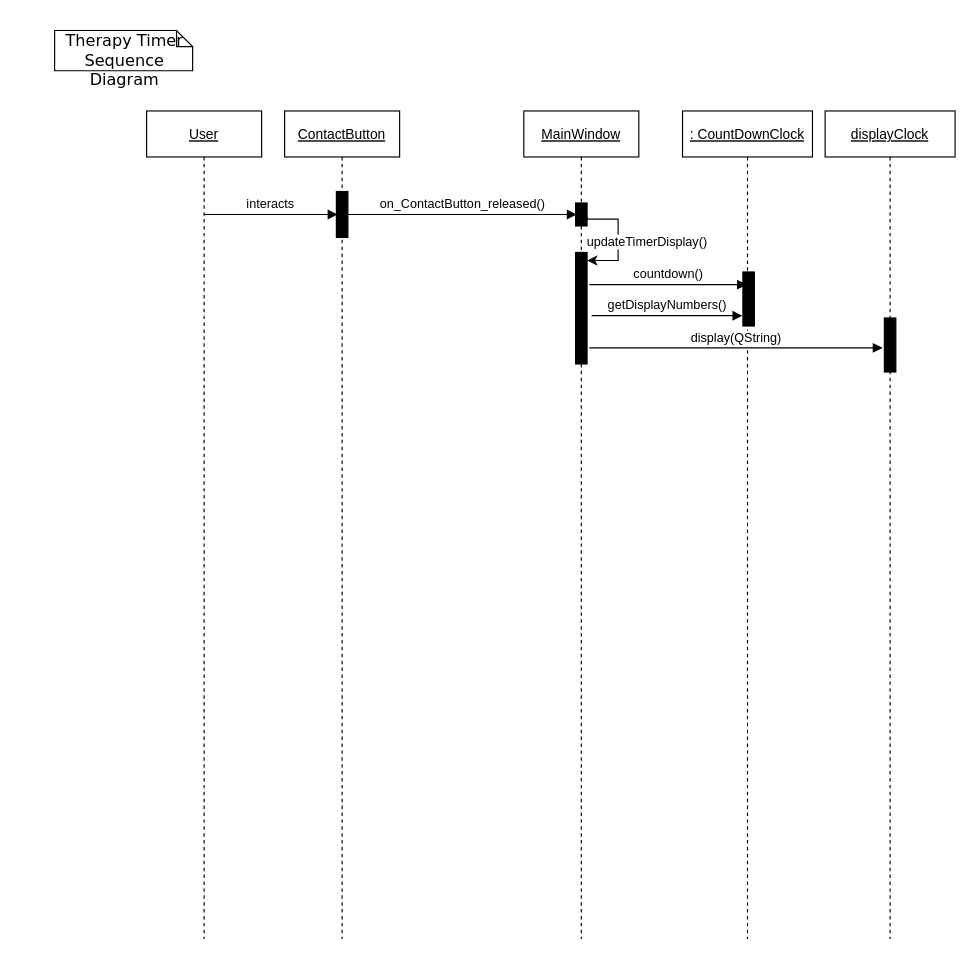
Earlier version of the draw.io diagram Documentation/TherapyTimer.drawio (Hall-Andrew/CESDEVICE-3004FinalProject). Source tidied: cells renumbered, new cells numbered last; positions are measured from the earlier drawing's top-left corner, leaving out a move shared by most shapes. Both pictures are drawn from the tidied source at 115%, with x=0, y=0 at pixel (54, 30).
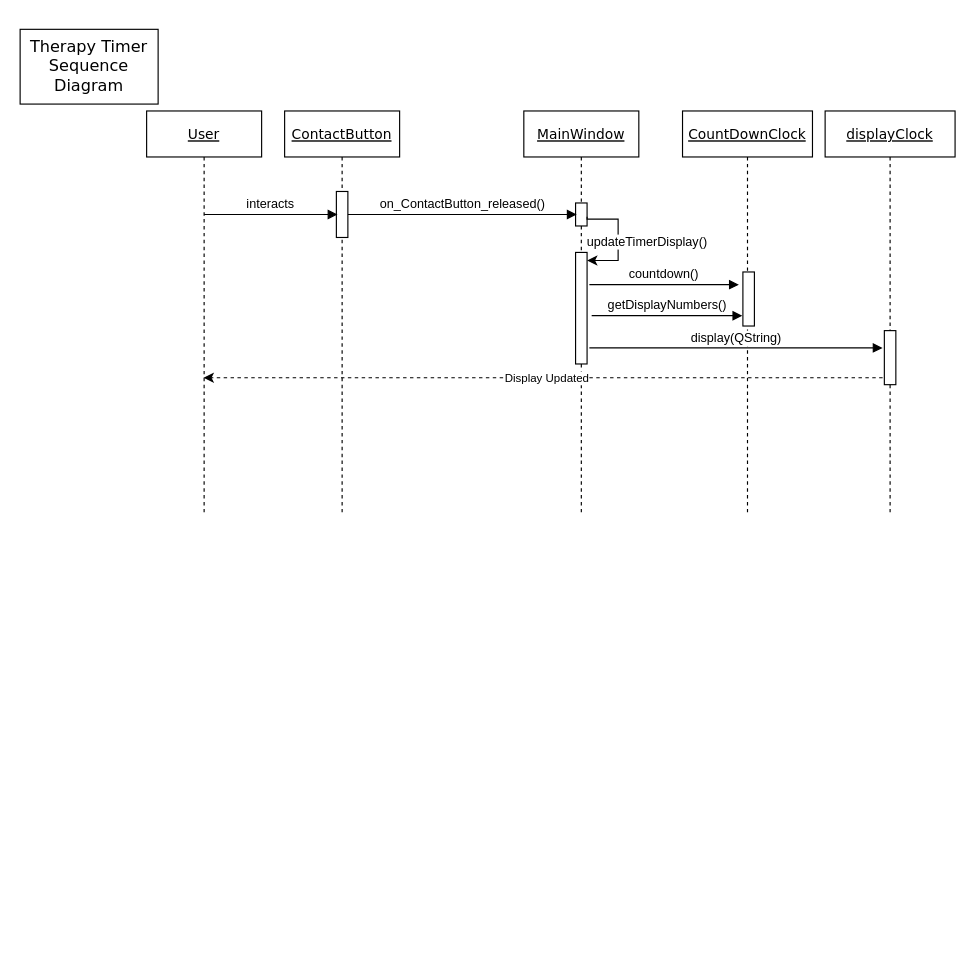
The same page after the edit.

Diff of the diagram source:
```diff
@@
-    <mxCell id="2" value="User" style="shape=umlLifeline;perimeter=lifelinePerimeter;rounded=0;shadow=0;strokeWidth=1;fontStyle=4;" parent="1" vertex="1">
-      <mxGeometry x="80" y="70" width="100" height="720" as="geometry" />
+    <mxCell id="2" value="User" style="shape=umlLifeline;perimeter=lifelinePerimeter;rounded=0;shadow=0;strokeWidth=1;fontStyle=4;fontFamily=Verdana;" parent="1" vertex="1">
+      <mxGeometry x="80" y="70" width="100" height="349" as="geometry" />
     </mxCell>
-    <mxCell id="3" value="ContactButton" style="shape=umlLifeline;perimeter=lifelinePerimeter;rounded=0;shadow=0;strokeWidth=1;fontStyle=4;" parent="1" vertex="1">
-      <mxGeometry x="200" y="70" width="100" height="720" as="geometry" />
+    <mxCell id="3" value="ContactButton" style="shape=umlLifeline;perimeter=lifelinePerimeter;rounded=0;shadow=0;strokeWidth=1;fontStyle=4;fontFamily=Verdana;" parent="1" vertex="1">
+      <mxGeometry x="200" y="70" width="100" height="349" as="geometry" />
     </mxCell>
-    <mxCell id="4" style="points=[];perimeter=orthogonalPerimeter;rounded=0;shadow=0;strokeWidth=1;fillColor=#000000;" parent="3" vertex="1">
+    <mxCell id="4" style="points=[];perimeter=orthogonalPerimeter;rounded=0;shadow=0;strokeWidth=1;fillColor=#FFFFFF;" parent="3" vertex="1">
       <mxGeometry x="45" y="70" width="10" height="40" as="geometry" />
     </mxCell>
@@
-    <mxCell id="6" value="MainWindow" style="shape=umlLifeline;perimeter=lifelinePerimeter;rounded=0;shadow=0;strokeWidth=1;fontStyle=4;" parent="1" vertex="1">
-      <mxGeometry x="408" y="70" width="100" height="720" as="geometry" />
+    <mxCell id="6" value="MainWindow" style="shape=umlLifeline;perimeter=lifelinePerimeter;rounded=0;shadow=0;strokeWidth=1;fontStyle=4;fontFamily=Verdana;" parent="1" vertex="1">
+      <mxGeometry x="408" y="70" width="100" height="349" as="geometry" />
     </mxCell>
-    <mxCell id="7" style="points=[];perimeter=orthogonalPerimeter;rounded=0;shadow=0;strokeWidth=1;fillColor=#000000;" parent="6" vertex="1">
+    <mxCell id="7" style="points=[];perimeter=orthogonalPerimeter;rounded=0;shadow=0;strokeWidth=1;fillColor=default;" parent="6" vertex="1">
       <mxGeometry x="45" y="80" width="10" height="20" as="geometry" />
     </mxCell>
-    <mxCell id="8" style="points=[];perimeter=orthogonalPerimeter;rounded=0;shadow=0;strokeWidth=1;fillColor=#000000;" parent="6" vertex="1">
+    <mxCell id="8" style="points=[];perimeter=orthogonalPerimeter;rounded=0;shadow=0;strokeWidth=1;fillColor=default;" parent="6" vertex="1">
       <mxGeometry x="45" y="123" width="10" height="97" as="geometry" />
     </mxCell>
@@
-    <mxCell id="10" value=": CountDownClock" style="shape=umlLifeline;perimeter=lifelinePerimeter;rounded=0;shadow=0;strokeWidth=1;fontStyle=4;" parent="1" vertex="1">
-      <mxGeometry x="546" y="70" width="113" height="720" as="geometry" />
+    <mxCell id="10" value="CountDownClock" style="shape=umlLifeline;perimeter=lifelinePerimeter;rounded=0;shadow=0;strokeWidth=1;fontStyle=4;fontFamily=Verdana;" parent="1" vertex="1">
+      <mxGeometry x="546" y="70" width="113" height="349" as="geometry" />
     </mxCell>
-    <mxCell id="11" style="points=[];perimeter=orthogonalPerimeter;rounded=0;shadow=0;strokeWidth=1;fillColor=#000000;" parent="10" vertex="1">
+    <mxCell id="11" style="points=[];perimeter=orthogonalPerimeter;rounded=0;shadow=0;strokeWidth=1;fillColor=default;" parent="10" vertex="1">
       <mxGeometry x="52.5" y="140" width="10" height="47" as="geometry" />
     </mxCell>
-    <mxCell id="12" value="&lt;div style=&quot;text-align: center&quot;&gt;&lt;span style=&quot;font-size: 14px&quot;&gt;Therapy Timer Sequence Diagram&lt;/span&gt;&lt;/div&gt;" style="shape=note;whiteSpace=wrap;html=1;size=14;verticalAlign=top;align=left;spacingTop=-6;rounded=0;shadow=0;comic=0;labelBackgroundColor=none;strokeWidth=1;fontFamily=Verdana;fontSize=12;fillColor=default;strokeColor=default;fontColor=default;" parent="1" vertex="1">
-      <mxGeometry width="120" height="35" as="geometry" />
-    </mxCell>
-    <mxCell id="13" value="countdown()" style="verticalAlign=bottom;endArrow=block;shadow=0;strokeWidth=1;exitX=1.2;exitY=0.289;exitDx=0;exitDy=0;exitPerimeter=0;" parent="1" edge="1" source="8" target="10">
+    <mxCell id="13" value="countdown()" style="verticalAlign=bottom;endArrow=block;shadow=0;strokeWidth=1;exitX=1.2;exitY=0.289;exitDx=0;exitDy=0;exitPerimeter=0;entryX=-0.35;entryY=0.234;entryDx=0;entryDy=0;entryPerimeter=0;" parent="1" edge="1" source="8" target="11">
       <mxGeometry relative="1" as="geometry" />
     </mxCell>
@@
-    <mxCell id="16" value="displayClock" style="shape=umlLifeline;perimeter=lifelinePerimeter;rounded=0;shadow=0;strokeWidth=1;fontStyle=4;" parent="1" vertex="1">
-      <mxGeometry x="670" y="70" width="113" height="720" as="geometry" />
+    <mxCell id="16" value="displayClock" style="shape=umlLifeline;perimeter=lifelinePerimeter;rounded=0;shadow=0;strokeWidth=1;fontStyle=4;fontFamily=Verdana;" parent="1" vertex="1">
+      <mxGeometry x="670" y="70" width="113" height="349" as="geometry" />
     </mxCell>
-    <mxCell id="17" style="perimeter=orthogonalPerimeter;rounded=0;shadow=0;strokeWidth=1;fillColor=#000000;" parent="16" vertex="1">
-      <mxGeometry x="51.5" y="180" width="10" height="47" as="geometry" />
+    <mxCell id="17" style="perimeter=orthogonalPerimeter;rounded=0;shadow=0;strokeWidth=1;fillColor=default;" parent="16" vertex="1">
+      <mxGeometry x="51.5" y="191" width="10" height="47" as="geometry" />
     </mxCell>
@@
+    <mxCell id="12" value="&lt;br&gt;&lt;div style=&quot;text-align: center&quot;&gt;&lt;span style=&quot;font-size: 14px&quot;&gt;Therapy Timer Sequence Diagram&lt;/span&gt;&lt;/div&gt;&lt;div style=&quot;text-align: center&quot;&gt;&lt;span style=&quot;font-size: 14px&quot;&gt;&lt;br&gt;&lt;/span&gt;&lt;/div&gt;" style="rounded=0;whiteSpace=wrap;html=1;fontFamily=Verdana;fillColor=default;" parent="1" vertex="1">
+      <mxGeometry x="-30" y="-1" width="120" height="65" as="geometry" />
+    </mxCell>
+    <mxCell id="19" value="Display Updated" style="edgeStyle=orthogonalEdgeStyle;rounded=0;orthogonalLoop=1;jettySize=auto;html=1;fontSize=10;dashed=1;" parent="1" edge="1">
+      <mxGeometry x="-0.01" relative="1" as="geometry">
+        <mxPoint x="720" y="302" as="sourcePoint" />
+        <mxPoint x="129.5" y="302" as="targetPoint" />
+        <Array as="points">
+          <mxPoint x="310" y="302" />
+          <mxPoint x="310" y="302" />
+        </Array>
+      </mxGeometry>
+    </mxCell>
```
